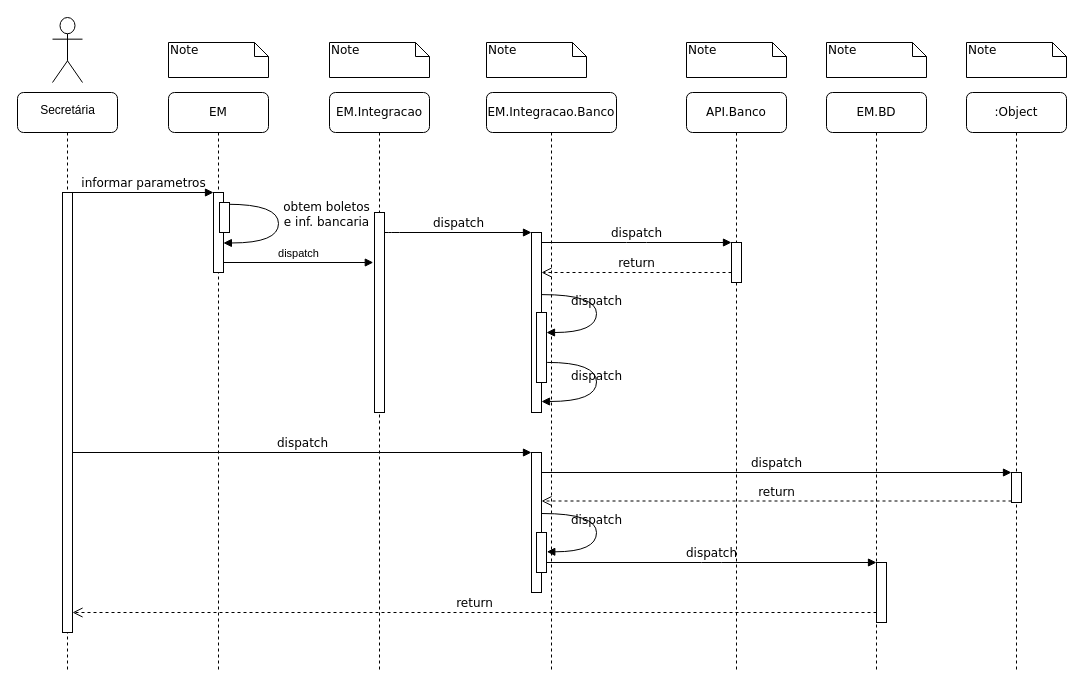
Joao-Daniel-EM/Joao-Daniel-EM keeps this draw.io diagram as Diagrama sem nome.drawio. Above is the earlier version. Source tidied: cells renumbered, new cells numbered last; positions are measured from the earlier drawing's top-left corner, leaving out a move shared by most shapes. Both pictures are drawn from the tidied source at 100%, with x=0, y=0 at pixel (17, 17).
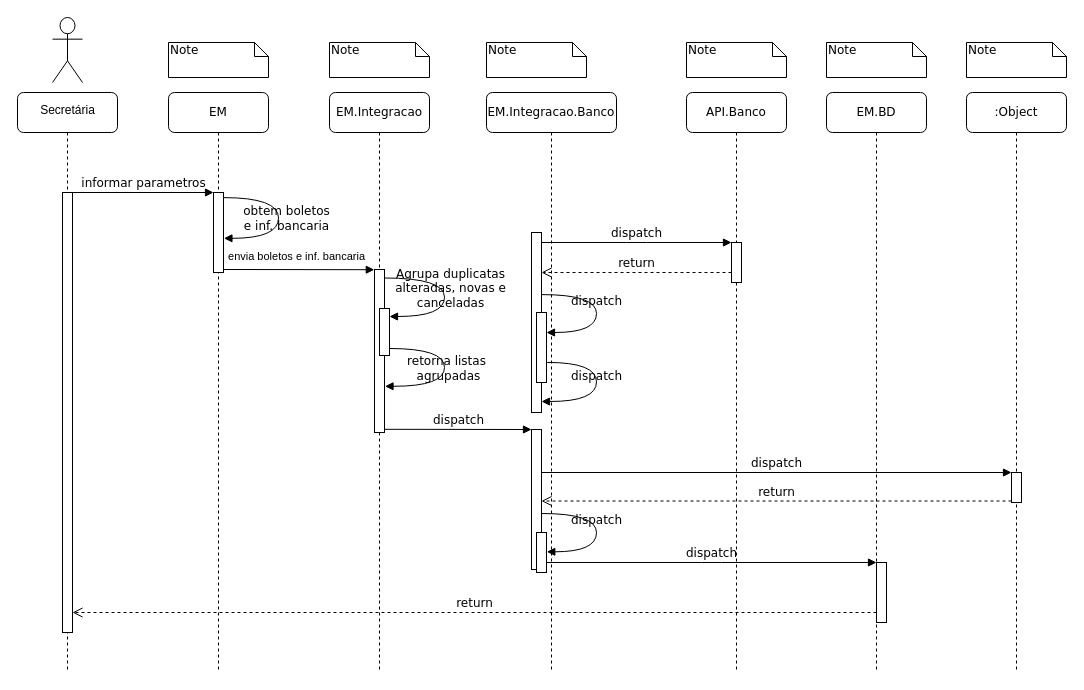
After the change.

Unchanged cells that the change refers to:
```xml
<mxCell id="2" value="EM" style="shape=umlLifeline;perimeter=lifelinePerimeter;whiteSpace=wrap;html=1;rounded=1;shadow=0;comic=0;labelBackgroundColor=none;strokeWidth=1;fontFamily=Verdana;fontSize=12;align=center;" parent="1" vertex="1">
  <mxGeometry x="151" y="75" width="100" height="580" as="geometry" />
</mxCell>
<mxCell id="3" style="html=1;points=[];perimeter=orthogonalPerimeter;rounded=0;shadow=0;comic=0;labelBackgroundColor=none;strokeWidth=1;fontFamily=Verdana;fontSize=12;align=center;" parent="2" vertex="1">
  <mxGeometry x="45" y="100" width="10" height="80" as="geometry" />
</mxCell>
<mxCell id="7" value="EM.Integracao" style="shape=umlLifeline;perimeter=lifelinePerimeter;whiteSpace=wrap;html=1;rounded=1;shadow=0;comic=0;labelBackgroundColor=none;strokeWidth=1;fontFamily=Verdana;fontSize=12;align=center;" parent="1" vertex="1">
  <mxGeometry x="312" y="75" width="100" height="580" as="geometry" />
</mxCell>
<mxCell id="14" style="html=1;points=[];perimeter=orthogonalPerimeter;rounded=0;shadow=0;comic=0;labelBackgroundColor=none;strokeWidth=1;fontFamily=Verdana;fontSize=12;align=center;" parent="13" vertex="1">
  <mxGeometry x="45" y="100" width="10" height="440" as="geometry" />
</mxCell>
<mxCell id="15" style="html=1;points=[];perimeter=orthogonalPerimeter;rounded=0;shadow=0;comic=0;labelBackgroundColor=none;strokeWidth=1;fontFamily=Verdana;fontSize=12;align=center;" parent="1" vertex="1">
  <mxGeometry x="514" y="215" width="10" height="180" as="geometry" />
</mxCell>
```

Change to the diagram source:
```diff
@@
-    <mxCell id="4" value="obtem boletos&lt;br&gt;e inf. bancaria" style="html=1;verticalAlign=bottom;endArrow=block;labelBackgroundColor=none;fontFamily=Verdana;fontSize=12;elbow=vertical;edgeStyle=orthogonalEdgeStyle;curved=1;exitX=0.751;exitY=0.058;exitPerimeter=0;entryX=0.988;entryY=0.631;entryDx=0;entryDy=0;entryPerimeter=0;exitDx=0;exitDy=0;" parent="2" edge="1" source="5" target="3">
-      <mxGeometry x="0.09" y="48" relative="1" as="geometry">
+    <mxCell id="4" value="obtem boletos&lt;br&gt;e inf. bancaria" style="html=1;verticalAlign=bottom;endArrow=block;labelBackgroundColor=none;fontFamily=Verdana;fontSize=12;elbow=vertical;edgeStyle=orthogonalEdgeStyle;curved=1;exitX=0.995;exitY=0.064;exitPerimeter=0;exitDx=0;exitDy=0;entryX=1.042;entryY=0.573;entryDx=0;entryDy=0;entryPerimeter=0;" parent="2" edge="1" source="3" target="3">
+      <mxGeometry x="0.24" y="8" relative="1" as="geometry">
         <Array as="points">
-          <mxPoint x="110" y="112" />
-          <mxPoint x="110" y="151" />
+          <mxPoint x="110" y="105" />
+          <mxPoint x="110" y="146" />
+          <mxPoint x="55" y="146" />
         </Array>
       </mxGeometry>
     </mxCell>
-    <mxCell id="5" style="html=1;points=[[0,0,0,0,5],[0,1,0,0,-5],[1,0,0,0,5],[1,1,0,0,-5]];perimeter=orthogonalPerimeter;outlineConnect=0;targetShapes=umlLifeline;portConstraint=eastwest;newEdgeStyle={&quot;curved&quot;:0,&quot;rounded&quot;:0};" parent="2" vertex="1">
-      <mxGeometry x="51" y="110" width="10" height="30" as="geometry" />
-    </mxCell>
-    <mxCell id="6" value="dispatch" style="html=1;verticalAlign=bottom;endArrow=block;curved=0;rounded=0;entryX=-0.12;entryY=0.25;entryDx=0;entryDy=0;entryPerimeter=0;" parent="2" edge="1" target="8">
-      <mxGeometry relative="1" as="geometry">
-        <mxPoint x="55" y="170" as="sourcePoint" />
+    <mxCell id="6" value="envia boletos e inf. bancaria" style="html=1;verticalAlign=bottom;endArrow=block;curved=0;rounded=0;entryX=-0.024;entryY=0.001;entryDx=0;entryDy=0;entryPerimeter=0;" parent="2" edge="1">
+      <mxGeometry x="-0.03" y="4" relative="1" as="geometry">
+        <mxPoint x="55" y="177" as="sourcePoint" />
+        <mxPoint x="205.8" y="177.2" as="targetPoint" />
       </mxGeometry>
     </mxCell>
@@
     <mxCell id="8" style="html=1;points=[];perimeter=orthogonalPerimeter;rounded=0;shadow=0;comic=0;labelBackgroundColor=none;strokeWidth=1;fontFamily=Verdana;fontSize=12;align=center;" parent="7" vertex="1">
-      <mxGeometry x="45" y="120" width="10" height="200" as="geometry" />
+      <mxGeometry x="45" y="177" width="10" height="163" as="geometry" />
     </mxCell>
+    <mxCell id="41" style="html=1;points=[[0,0,0,0,5],[0,1,0,0,-5],[1,0,0,0,5],[1,1,0,0,-5]];perimeter=orthogonalPerimeter;outlineConnect=0;targetShapes=umlLifeline;portConstraint=eastwest;newEdgeStyle={&quot;curved&quot;:0,&quot;rounded&quot;:0};" parent="7" vertex="1">
+      <mxGeometry x="50" y="216" width="10" height="47" as="geometry" />
+    </mxCell>
+    <mxCell id="42" value="Agrupa duplicatas&lt;br&gt;alteradas, novas e&lt;br&gt;canceladas" style="html=1;verticalAlign=bottom;endArrow=block;labelBackgroundColor=none;fontFamily=Verdana;fontSize=12;elbow=vertical;edgeStyle=orthogonalEdgeStyle;curved=1;exitX=0.988;exitY=0.052;exitPerimeter=0;exitDx=0;exitDy=0;" parent="7" edge="1" source="8" target="41">
+      <mxGeometry x="0.24" y="6" relative="1" as="geometry">
+        <Array as="points">
+          <mxPoint x="115" y="185" />
+          <mxPoint x="115" y="224" />
+        </Array>
+      </mxGeometry>
+    </mxCell>
+    <mxCell id="43" value="retorna listas&lt;br&gt;&amp;nbsp;agrupadas" style="html=1;verticalAlign=bottom;endArrow=block;labelBackgroundColor=none;fontFamily=Verdana;fontSize=12;elbow=vertical;edgeStyle=orthogonalEdgeStyle;curved=1;entryX=1.051;entryY=0.461;entryPerimeter=0;entryDx=0;entryDy=0;" parent="7" edge="1">
+      <mxGeometry x="0.21" y="2" relative="1" as="geometry">
+        <mxPoint x="60" y="256" as="sourcePoint" />
+        <mxPoint x="55.5" y="293.8" as="targetPoint" />
+        <Array as="points">
+          <mxPoint x="115" y="256" />
+          <mxPoint x="115" y="294" />
+        </Array>
+      </mxGeometry>
+    </mxCell>
@@
-    <mxCell id="16" value="dispatch" style="html=1;verticalAlign=bottom;endArrow=block;labelBackgroundColor=none;fontFamily=Verdana;fontSize=12;edgeStyle=elbowEdgeStyle;elbow=vertical;" parent="1" edge="1" source="8" target="15">
-      <mxGeometry relative="1" as="geometry">
-        <Array as="points">
-          <mxPoint x="372" y="215" />
-        </Array>
-      </mxGeometry>
-    </mxCell>
@@
     <mxCell id="20" style="html=1;points=[];perimeter=orthogonalPerimeter;rounded=0;shadow=0;comic=0;labelBackgroundColor=none;strokeWidth=1;fontFamily=Verdana;fontSize=12;align=center;" parent="1" vertex="1">
-      <mxGeometry x="514" y="435" width="10" height="140" as="geometry" />
+      <mxGeometry x="514" y="412" width="10" height="140" as="geometry" />
     </mxCell>
-    <mxCell id="21" value="dispatch" style="html=1;verticalAlign=bottom;endArrow=block;entryX=0;entryY=0;labelBackgroundColor=none;fontFamily=Verdana;fontSize=12;" parent="1" edge="1" source="14" target="20">
-      <mxGeometry relative="1" as="geometry" />
+    <mxCell id="21" value="dispatch" style="html=1;verticalAlign=bottom;endArrow=block;entryX=0;entryY=0;labelBackgroundColor=none;fontFamily=Verdana;fontSize=12;exitX=1;exitY=0.928;exitDx=0;exitDy=0;exitPerimeter=0;" parent="1" edge="1">
+      <mxGeometry relative="1" as="geometry">
+        <mxPoint x="367" y="411.8" as="sourcePoint" />
+        <mxPoint x="514" y="412" as="targetPoint" />
+      </mxGeometry>
     </mxCell>
```
